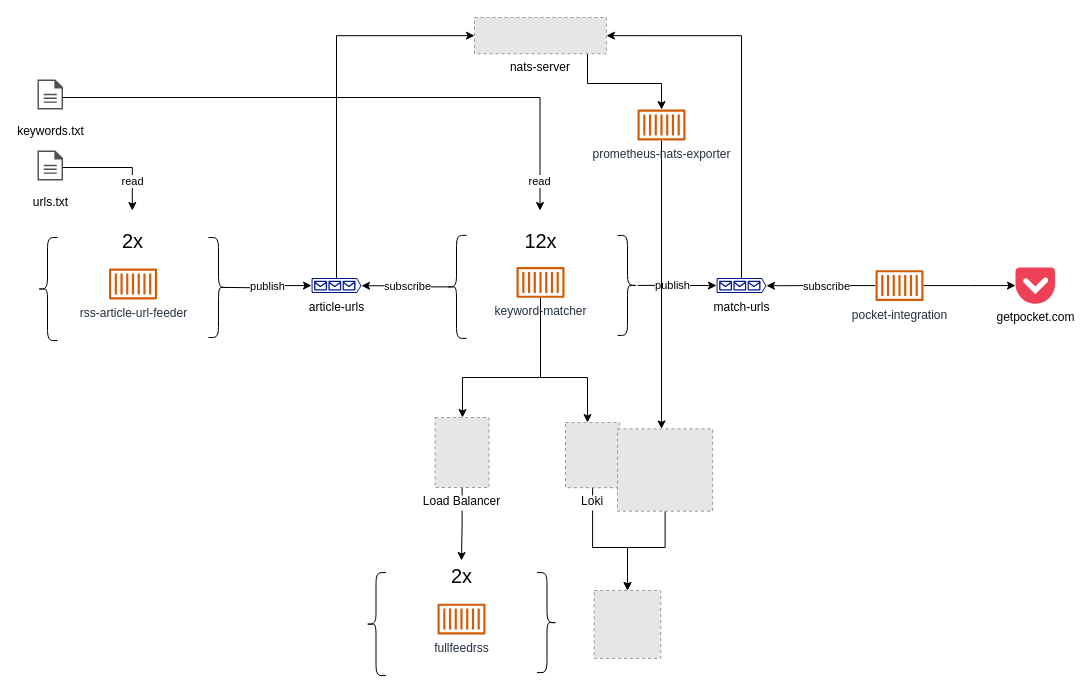
Above: architecture.drawio in heussd/nats-news-analysis (draw.io), before the change. Source tidied: cells renumbered, new cells numbered last; positions are measured from the earlier drawing's top-left corner, leaving out a move shared by most shapes. Both pictures are drawn from the tidied source at 100%, with x=0, y=0 at pixel (37, 17). Pictures stored in the file or linked from it are replaced by grey dashed boxes.
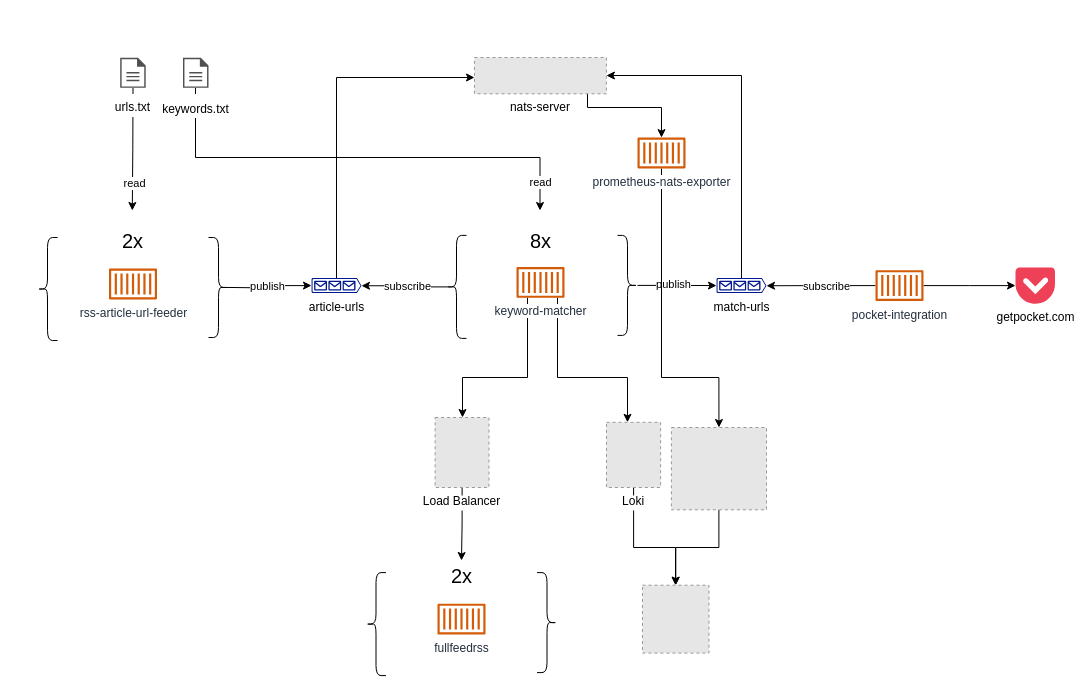
The same diagram, later.

Commit message (it also covers changes not shown here):
Update architecture diagram, some words on observability, Golang vs Python

The change refers to these unchanged cells:
```xml
<mxCell id="5" value="article-urls" style="sketch=0;shadow=0;dashed=0;html=1;strokeColor=none;labelPosition=center;verticalLabelPosition=bottom;verticalAlign=top;align=center;fillColor=#00188D;shape=mxgraph.azure.queue_generic;" parent="1" vertex="1">
  <mxGeometry x="274" y="260.6" width="50" height="15" as="geometry" />
</mxCell>
<mxCell id="12" style="edgeStyle=orthogonalEdgeStyle;rounded=0;jettySize=auto;html=1;" parent="1" edge="1" source="14" target="18">
  <mxGeometry relative="1" as="geometry" />
</mxCell>
<mxCell id="18" value="match-urls" style="sketch=0;shadow=0;dashed=0;html=1;strokeColor=none;labelPosition=center;verticalLabelPosition=bottom;verticalAlign=top;align=center;fillColor=#00188D;shape=mxgraph.azure.queue_generic;" parent="1" vertex="1">
  <mxGeometry x="679" y="260.6" width="50" height="15" as="geometry" />
</mxCell>
<mxCell id="31" value="Load Balancer" style="fillColor=#E6E6E6;strokeColor=#999999;dashed=1;verticalLabelPosition=bottom;labelBackgroundColor=default;verticalAlign=top;" parent="1" vertex="1">
  <mxGeometry x="397.6" y="400" width="53.9" height="70" as="geometry" />
</mxCell>
```

What changed in the source:
```diff
@@
-    <mxCell id="4" style="edgeStyle=orthogonalEdgeStyle;rounded=0;jettySize=auto;html=1;entryX=0;entryY=0.5;entryDx=0;entryDy=0;" parent="1" edge="1" source="5" target="37">
+    <mxCell id="4" style="edgeStyle=orthogonalEdgeStyle;rounded=0;jettySize=auto;html=1;" parent="1" edge="1" source="5" target="37">
       <mxGeometry relative="1" as="geometry">
         <Array as="points">
-          <mxPoint x="299" y="18" />
+          <mxPoint x="299" y="60" />
         </Array>
       </mxGeometry>
     </mxCell>
@@
-    <mxCell id="9" style="edgeStyle=orthogonalEdgeStyle;rounded=0;jettySize=auto;html=1;" parent="1" edge="1" target="31">
+    <mxCell id="9" style="edgeStyle=orthogonalEdgeStyle;rounded=0;jettySize=auto;html=1;" parent="1" edge="1" source="11" target="31">
       <mxGeometry relative="1" as="geometry">
-        <mxPoint x="503" y="310" as="sourcePoint" />
         <Array as="points">
-          <mxPoint x="503" y="360" />
+          <mxPoint x="490" y="360" />
           <mxPoint x="425" y="360" />
         </Array>
       </mxGeometry>
     </mxCell>
     <mxCell id="10" style="edgeStyle=orthogonalEdgeStyle;rounded=0;hachureGap=4;jettySize=auto;html=1;fontFamily=Architects Daughter;fontSize=16;" parent="1" edge="1" source="11" target="42">
       <mxGeometry relative="1" as="geometry">
         <Array as="points">
-          <mxPoint x="503" y="360" />
-          <mxPoint x="550" y="360" />
+          <mxPoint x="520" y="360" />
+          <mxPoint x="590" y="360" />
         </Array>
       </mxGeometry>
     </mxCell>
-    <mxCell id="11" value="keyword-matcher" style="sketch=0;outlineConnect=0;fontColor=#232F3E;gradientColor=none;fillColor=#D45B07;strokeColor=none;dashed=0;verticalLabelPosition=bottom;verticalAlign=top;align=center;html=1;fontSize=12;fontStyle=0;shape=mxgraph.aws4.container_1;" parent="1" vertex="1">
+    <mxCell id="11" value="keyword-matcher" style="sketch=0;outlineConnect=0;fontColor=#232F3E;gradientColor=none;fillColor=#D45B07;strokeColor=none;dashed=0;verticalLabelPosition=bottom;verticalAlign=top;align=center;html=1;fontSize=12;fontStyle=0;shape=mxgraph.aws4.container_1;labelBackgroundColor=default;" parent="1" vertex="1">
       <mxGeometry x="479" y="249.4" width="48" height="31" as="geometry" />
     </mxCell>
@@
     <mxCell id="13" value="publish" style="edgeLabel;html=1;align=center;verticalAlign=middle;" parent="12" vertex="1">
       <mxGeometry x="-0.38" y="-1" relative="1" as="geometry">
-        <mxPoint x="9" y="-1" as="offset" />
+        <mxPoint x="10" y="-2" as="offset" />
       </mxGeometry>
     </mxCell>
@@
-    <mxCell id="17" style="edgeStyle=orthogonalEdgeStyle;rounded=0;jettySize=auto;html=1;entryX=1;entryY=0.5;entryDx=0;entryDy=0;" parent="1" edge="1" source="18" target="37">
+    <mxCell id="17" style="edgeStyle=orthogonalEdgeStyle;rounded=0;jettySize=auto;html=1;" parent="1" edge="1" source="18" target="37">
       <mxGeometry relative="1" as="geometry">
         <Array as="points">
-          <mxPoint x="704" y="18" />
+          <mxPoint x="704" y="58" />
         </Array>
       </mxGeometry>
     </mxCell>
@@
     <mxCell id="22" style="edgeStyle=orthogonalEdgeStyle;rounded=0;jettySize=auto;html=1;startArrow=classic;startFill=1;endArrow=none;endFill=0;" parent="1" edge="1" target="28">
       <mxGeometry relative="1" as="geometry">
         <mxPoint x="502.5" y="193" as="sourcePoint" />
         <Array as="points">
-          <mxPoint x="503" y="80" />
+          <mxPoint x="503" y="140" />
+          <mxPoint x="158" y="140" />
         </Array>
       </mxGeometry>
     </mxCell>
     <mxCell id="23" value="read" style="edgeLabel;html=1;align=center;verticalAlign=middle;" parent="22" vertex="1">
       <mxGeometry x="0.37" y="-2" relative="1" as="geometry">
-        <mxPoint x="290" y="85" as="offset" />
+        <mxPoint x="267" y="26" as="offset" />
       </mxGeometry>
     </mxCell>
-    <mxCell id="24" value="&lt;font style=&quot;font-size: 20px;&quot;&gt;12x&lt;/font&gt;" style="text;html=1;strokeColor=none;fillColor=none;align=center;verticalAlign=middle;whiteSpace=wrap;rounded=0;" parent="1" vertex="1">
+    <mxCell id="24" value="&lt;font style=&quot;font-size: 20px;&quot;&gt;8x&lt;/font&gt;" style="text;html=1;strokeColor=none;fillColor=none;align=center;verticalAlign=middle;whiteSpace=wrap;rounded=0;" parent="1" vertex="1">
       <mxGeometry x="474.5" y="207.9" width="57" height="30" as="geometry" />
     </mxCell>
@@
-    <mxCell id="28" value="&lt;font style=&quot;font-size: 12px;&quot;&gt;keywords.txt&lt;/font&gt;" style="sketch=0;shadow=0;dashed=0;html=1;strokeColor=none;fillColor=#505050;labelPosition=center;verticalLabelPosition=bottom;verticalAlign=top;outlineConnect=0;align=center;shape=mxgraph.office.concepts.document;fontSize=20;" parent="1" vertex="1">
-      <mxGeometry y="62" width="25.5" height="30" as="geometry" />
+    <mxCell id="28" value="&lt;font style=&quot;font-size: 12px;&quot;&gt;keywords.txt&lt;/font&gt;" style="sketch=0;shadow=0;dashed=0;html=1;strokeColor=none;fillColor=#505050;labelPosition=center;verticalLabelPosition=bottom;verticalAlign=top;outlineConnect=0;align=center;shape=mxgraph.office.concepts.document;fontSize=20;labelBackgroundColor=default;" parent="1" vertex="1">
+      <mxGeometry x="145.5" y="40.3" width="25.5" height="30" as="geometry" />
     </mxCell>
-    <mxCell id="29" value="&lt;font style=&quot;font-size: 12px;&quot;&gt;urls.txt&lt;/font&gt;" style="sketch=0;shadow=0;dashed=0;html=1;strokeColor=none;fillColor=#505050;labelPosition=center;verticalLabelPosition=bottom;verticalAlign=top;outlineConnect=0;align=center;shape=mxgraph.office.concepts.document;fontSize=20;" parent="1" vertex="1">
-      <mxGeometry y="133" width="25.5" height="30" as="geometry" />
-    </mxCell>
@@
     <mxCell id="36" style="edgeStyle=orthogonalEdgeStyle;rounded=0;hachureGap=4;jettySize=auto;html=1;fontFamily=Architects Daughter;fontSize=16;" parent="1" edge="1" source="37" target="46">
       <mxGeometry relative="1" as="geometry">
         <Array as="points">
-          <mxPoint x="550" y="66" />
+          <mxPoint x="550" y="90" />
+          <mxPoint x="624" y="90" />
         </Array>
       </mxGeometry>
     </mxCell>
     <mxCell id="37" value="nats-server" style="fillColor=#E6E6E6;strokeColor=#999999;dashed=1;verticalLabelPosition=bottom;labelBackgroundColor=default;verticalAlign=top;" parent="1" vertex="1">
-      <mxGeometry x="437" width="131.9" height="36.3" as="geometry" />
+      <mxGeometry x="437" y="40" width="131.9" height="36.3" as="geometry" />
     </mxCell>
     <mxCell id="38" style="edgeStyle=orthogonalEdgeStyle;rounded=0;jettySize=auto;html=1;startArrow=classic;startFill=1;endArrow=none;endFill=0;" parent="1" edge="1" target="29">
       <mxGeometry relative="1" as="geometry">
         <mxPoint x="94.8" y="193" as="sourcePoint" />
-        <Array as="points">
-          <mxPoint x="95" y="150" />
-        </Array>
       </mxGeometry>
     </mxCell>
     <mxCell id="39" value="read" style="edgeLabel;html=1;align=center;verticalAlign=middle;" parent="38" vertex="1">
       <mxGeometry x="-0.17" y="-2" relative="1" as="geometry">
-        <mxPoint x="4" y="15" as="offset" />
+        <mxPoint x="-1" y="23" as="offset" />
       </mxGeometry>
     </mxCell>
     <mxCell id="40" style="fillColor=#E6E6E6;strokeColor=#999999;dashed=1;verticalLabelPosition=bottom;labelBackgroundColor=default;verticalAlign=top;fontFamily=Architects Daughter;fontSize=20;" parent="1" vertex="1">
-      <mxGeometry x="556.7" y="573" width="66.5" height="67.9" as="geometry" />
+      <mxGeometry x="605" y="567.7" width="66.5" height="67.9" as="geometry" />
     </mxCell>
     <mxCell id="41" style="edgeStyle=orthogonalEdgeStyle;rounded=0;hachureGap=4;jettySize=auto;html=1;fontFamily=Architects Daughter;fontSize=16;" parent="1" edge="1" source="42" target="40">
       <mxGeometry relative="1" as="geometry">
         <Array as="points">
-          <mxPoint x="555" y="530" />
-          <mxPoint x="590" y="530" />
+          <mxPoint x="596" y="530" />
+          <mxPoint x="638" y="530" />
         </Array>
       </mxGeometry>
     </mxCell>
     <mxCell id="42" value="Loki" style="fillColor=#E6E6E6;strokeColor=#999999;dashed=1;verticalLabelPosition=bottom;labelBackgroundColor=default;verticalAlign=top;" parent="1" vertex="1">
-      <mxGeometry x="528" y="405" width="54.1" height="65.2" as="geometry" />
+      <mxGeometry x="569" y="404.8" width="54.1" height="65.2" as="geometry" />
     </mxCell>
     <mxCell id="43" style="edgeStyle=orthogonalEdgeStyle;rounded=0;hachureGap=4;jettySize=auto;html=1;fontFamily=Architects Daughter;fontSize=16;" parent="1" edge="1" source="44" target="40">
-      <mxGeometry relative="1" as="geometry">
-        <Array as="points">
-          <mxPoint x="628" y="530" />
-          <mxPoint x="590" y="530" />
-        </Array>
-      </mxGeometry>
+      <mxGeometry relative="1" as="geometry" />
     </mxCell>
     <mxCell id="44" style="fillColor=#E6E6E6;strokeColor=#999999;dashed=1;verticalLabelPosition=bottom;labelBackgroundColor=default;verticalAlign=top;fontFamily=Architects Daughter;fontSize=20;" parent="1" vertex="1">
-      <mxGeometry x="580" y="411.4" width="95.1" height="82.3" as="geometry" />
+      <mxGeometry x="633.9" y="410" width="95.1" height="82.3" as="geometry" />
     </mxCell>
-    <mxCell id="45" style="edgeStyle=orthogonalEdgeStyle;rounded=0;hachureGap=4;jettySize=auto;html=1;fontFamily=Architects Daughter;fontSize=16;" parent="1" edge="1" source="46" target="44">
+    <mxCell id="45" style="edgeStyle=orthogonalEdgeStyle;rounded=0;hachureGap=4;jettySize=auto;html=1;fontFamily=Architects Daughter;fontSize=16;entryX=0.5;entryY=0;entryDx=0;entryDy=0;" parent="1" edge="1" source="46" target="44">
       <mxGeometry relative="1" as="geometry">
         <Array as="points">
-          <mxPoint x="624" y="438" />
+          <mxPoint x="624" y="360" />
+          <mxPoint x="681" y="360" />
         </Array>
       </mxGeometry>
     </mxCell>
-    <mxCell id="46" value="prometheus-nats-exporter" style="sketch=0;outlineConnect=0;fontColor=#232F3E;gradientColor=none;fillColor=#D45B07;strokeColor=none;dashed=0;verticalLabelPosition=bottom;verticalAlign=top;align=center;html=1;fontSize=12;fontStyle=0;shape=mxgraph.aws4.container_1;" parent="1" vertex="1">
-      <mxGeometry x="600" y="92" width="48" height="31" as="geometry" />
+    <mxCell id="46" value="prometheus-nats-exporter" style="sketch=0;outlineConnect=0;fontColor=#232F3E;gradientColor=none;fillColor=#D45B07;strokeColor=none;dashed=0;verticalLabelPosition=bottom;verticalAlign=top;align=center;html=1;fontSize=12;fontStyle=0;shape=mxgraph.aws4.container_1;labelBackgroundColor=default;" parent="1" vertex="1">
+      <mxGeometry x="600" y="120" width="48" height="31" as="geometry" />
     </mxCell>
+    <mxCell id="29" value="&lt;div style=&quot;font-size: 19px;&quot;&gt;&lt;font style=&quot;font-size: 12px;&quot;&gt;urls.txt&lt;/font&gt;&lt;/div&gt;" style="sketch=0;shadow=0;dashed=0;html=1;strokeColor=none;fillColor=#505050;labelPosition=center;verticalLabelPosition=bottom;verticalAlign=top;outlineConnect=0;align=center;shape=mxgraph.office.concepts.document;fontSize=20;labelBackgroundColor=default;" parent="1" vertex="1">
+      <mxGeometry x="82.7" y="40.3" width="25.5" height="30" as="geometry" />
+    </mxCell>
```
